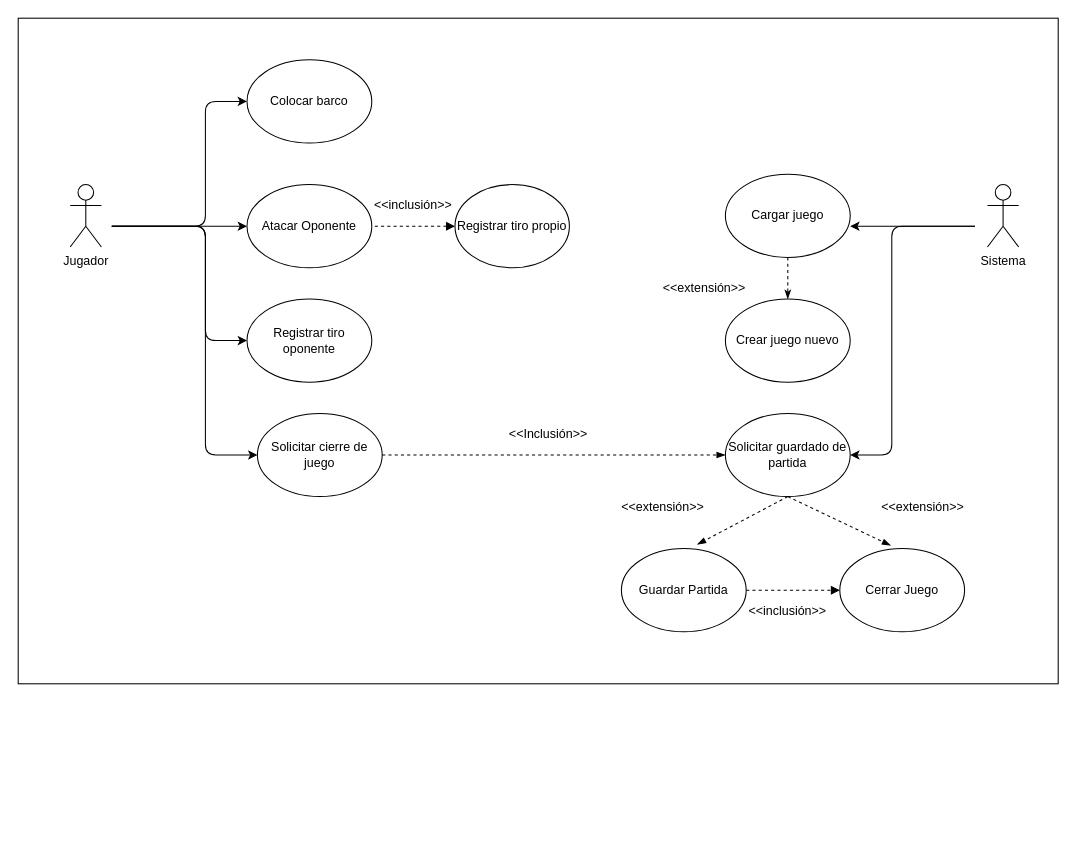
sjcr23/Proyecto2-POO-2020-ii keeps this draw.io diagram as ApartadoUML/Recursos/Casos de Uso/CasosDeUso.drawio. Above is the earlier version. Source tidied: cells renumbered, new cells numbered last; positions are measured from the earlier drawing's top-left corner, leaving out a move shared by most shapes. Both pictures are drawn from the tidied source at 104%, with x=0, y=0 at pixel (18, 18).
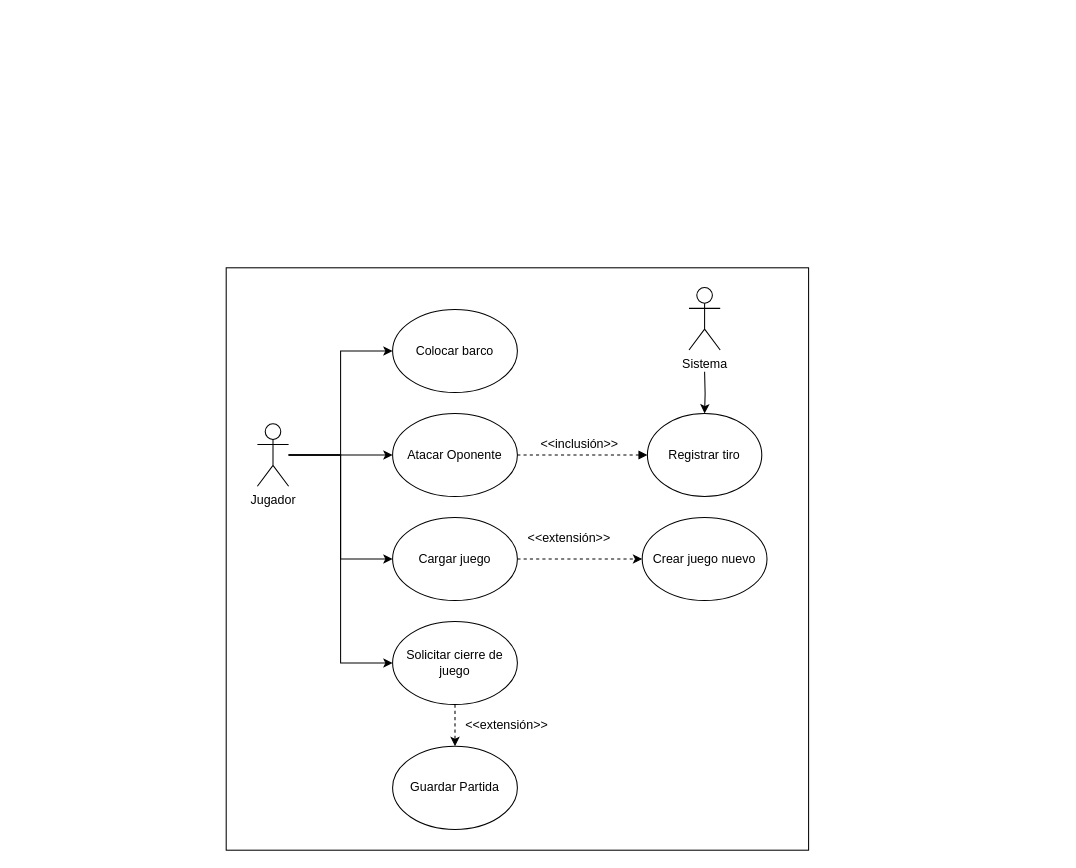
After the change.

What changed in the source:
```diff
@@
+    <mxCell id="33" style="edgeStyle=orthogonalEdgeStyle;rounded=0;jettySize=auto;html=1;entryX=0;entryY=0.5;entryDx=0;entryDy=0;" parent="1" edge="1" source="2" target="3">
+      <mxGeometry relative="1" as="geometry" />
+    </mxCell>
+    <mxCell id="34" style="edgeStyle=orthogonalEdgeStyle;rounded=0;jettySize=auto;html=1;entryX=0;entryY=0.5;entryDx=0;entryDy=0;" parent="1" edge="1" source="2" target="12">
+      <mxGeometry relative="1" as="geometry" />
+    </mxCell>
+    <mxCell id="35" style="edgeStyle=orthogonalEdgeStyle;rounded=0;jettySize=auto;html=1;entryX=0;entryY=0.5;entryDx=0;entryDy=0;" parent="1" edge="1" source="2" target="4">
+      <mxGeometry relative="1" as="geometry" />
+    </mxCell>
+    <mxCell id="36" style="edgeStyle=orthogonalEdgeStyle;rounded=0;jettySize=auto;html=1;entryX=0;entryY=0.5;entryDx=0;entryDy=0;" parent="1" edge="1" source="2" target="19">
+      <mxGeometry relative="1" as="geometry" />
+    </mxCell>
     <mxCell id="2" value="Jugador" style="shape=umlActor;verticalLabelPosition=bottom;verticalAlign=top;html=1;outlineConnect=0;" parent="1" vertex="1">
-      <mxGeometry x="50" y="160" width="30" height="60" as="geometry" />
+      <mxGeometry x="230" y="390" width="30" height="60" as="geometry" />
     </mxCell>
     <mxCell id="3" value="Colocar barco" style="ellipse;whiteSpace=wrap;html=1;" parent="1" vertex="1">
-      <mxGeometry x="220" y="40" width="120" height="80" as="geometry" />
+      <mxGeometry x="360" y="280" width="120" height="80" as="geometry" />
     </mxCell>
     <mxCell id="4" value="Atacar Oponente" style="ellipse;whiteSpace=wrap;html=1;" parent="1" vertex="1">
-      <mxGeometry x="220" y="160" width="120" height="80" as="geometry" />
+      <mxGeometry x="360" y="380" width="120" height="80" as="geometry" />
     </mxCell>
-    <mxCell id="5" value="Registrar tiro oponente" style="ellipse;whiteSpace=wrap;html=1;" parent="1" vertex="1">
-      <mxGeometry x="220" y="270" width="120" height="80" as="geometry" />
-    </mxCell>
-    <mxCell id="6" style="endArrow=classic;html=1;entryX=0;entryY=0.5;entryDx=0;entryDy=0;" parent="1" edge="1" target="4">
-      <mxGeometry relative="1" as="geometry">
-        <mxPoint x="90" y="200" as="sourcePoint" />
-      </mxGeometry>
-    </mxCell>
-    <mxCell id="7" style="endArrow=classic;html=1;entryX=0;entryY=0.5;entryDx=0;entryDy=0;" parent="1" edge="1" target="3">
-      <mxGeometry relative="1" as="geometry">
-        <mxPoint x="90" y="200" as="sourcePoint" />
-        <Array as="points">
-          <mxPoint x="180" y="200" />
-          <mxPoint x="180" y="80" />
-        </Array>
-      </mxGeometry>
-    </mxCell>
-    <mxCell id="8" style="endArrow=none;dashed=1;html=1;startArrow=block;startFill=1;entryX=1;entryY=0.5;entryDx=0;entryDy=0;" parent="1" edge="1" target="4">
-      <mxGeometry relative="1" as="geometry">
-        <mxPoint x="420" y="200" as="sourcePoint" />
-      </mxGeometry>
+    <mxCell id="8" style="endArrow=none;dashed=1;html=1;startArrow=block;startFill=1;entryX=1;entryY=0.5;entryDx=0;entryDy=0;exitX=0;exitY=0.5;exitDx=0;exitDy=0;" parent="1" edge="1" source="10" target="4">
+      <mxGeometry relative="1" as="geometry" />
     </mxCell>
     <mxCell id="9" value="&amp;lt;&amp;lt;inclusión&amp;gt;&amp;gt;" style="text;html=1;strokeColor=none;fillColor=none;align=center;verticalAlign=middle;whiteSpace=wrap;rounded=0;" parent="1" vertex="1">
-      <mxGeometry x="340" y="170" width="80" height="20" as="geometry" />
+      <mxGeometry x="500" y="400" width="80" height="20" as="geometry" />
     </mxCell>
-    <mxCell id="10" value="Registrar tiro propio" style="ellipse;whiteSpace=wrap;html=1;" parent="1" vertex="1">
-      <mxGeometry x="420" y="160" width="110" height="80" as="geometry" />
+    <mxCell id="10" value="Registrar tiro" style="ellipse;whiteSpace=wrap;html=1;" parent="1" vertex="1">
+      <mxGeometry x="605" y="380" width="110" height="80" as="geometry" />
     </mxCell>
+    <mxCell id="37" style="edgeStyle=orthogonalEdgeStyle;rounded=0;jettySize=auto;html=1;" parent="1" edge="1" target="10">
+      <mxGeometry relative="1" as="geometry">
+        <mxPoint x="660" y="340" as="sourcePoint" />
+      </mxGeometry>
+    </mxCell>
     <mxCell id="11" value="Sistema" style="shape=umlActor;verticalLabelPosition=bottom;verticalAlign=top;html=1;" parent="1" vertex="1">
-      <mxGeometry x="932" y="160" width="30" height="60" as="geometry" />
+      <mxGeometry x="645" y="259" width="30" height="60" as="geometry" />
     </mxCell>
+    <mxCell id="16" style="edgeStyle=orthogonalEdgeStyle;rounded=0;jettySize=auto;html=1;dashed=1;" parent="1" edge="1" source="12" target="15">
+      <mxGeometry relative="1" as="geometry" />
+    </mxCell>
     <mxCell id="12" value="Cargar juego" style="ellipse;whiteSpace=wrap;html=1;" parent="1" vertex="1">
-      <mxGeometry x="680" y="150" width="120" height="80" as="geometry" />
+      <mxGeometry x="360" y="480" width="120" height="80" as="geometry" />
     </mxCell>
-    <mxCell id="13" style="endArrow=classic;html=1;" parent="1" edge="1">
-      <mxGeometry relative="1" as="geometry">
-        <mxPoint x="90" y="200" as="sourcePoint" />
-        <mxPoint x="220" y="310" as="targetPoint" />
-        <Array as="points">
-          <mxPoint x="180" y="200" />
-          <mxPoint x="180" y="310" />
-        </Array>
-      </mxGeometry>
-    </mxCell>
-    <mxCell id="14" style="endArrow=classic;html=1;" parent="1" edge="1">
-      <mxGeometry relative="1" as="geometry">
-        <mxPoint x="920" y="200" as="sourcePoint" />
-        <mxPoint x="800" y="200" as="targetPoint" />
-      </mxGeometry>
-    </mxCell>
     <mxCell id="15" value="Crear juego nuevo" style="ellipse;whiteSpace=wrap;html=1;" parent="1" vertex="1">
-      <mxGeometry x="680" y="270" width="120" height="80" as="geometry" />
+      <mxGeometry x="600" y="480" width="120" height="80" as="geometry" />
     </mxCell>
-    <mxCell id="16" style="endArrow=classicThin;dashed=1;html=1;exitX=0.5;exitY=1;exitDx=0;exitDy=0;endFill=1;entryX=0.5;entryY=0;entryDx=0;entryDy=0;" parent="1" edge="1" source="12" target="15">
-      <mxGeometry relative="1" as="geometry" />
-    </mxCell>
-    <mxCell id="17" value="&amp;lt;&amp;lt;extensión&amp;gt;&amp;gt;" style="text;html=1;strokeColor=none;fillColor=none;align=center;verticalAlign=middle;whiteSpace=wrap;rounded=0;" parent="1" vertex="1">
-      <mxGeometry x="580" y="460" width="80" height="20" as="geometry" />
-    </mxCell>
-    <mxCell id="18" value="Solicitar guardado de partida" style="ellipse;whiteSpace=wrap;html=1;" parent="1" vertex="1">
-      <mxGeometry x="680" y="380" width="120" height="80" as="geometry" />
-    </mxCell>
+    <mxCell id="38" style="edgeStyle=orthogonalEdgeStyle;rounded=0;jettySize=auto;html=1;entryX=0.5;entryY=0;entryDx=0;entryDy=0;dashed=1;" parent="1" edge="1" source="19" target="24">
+      <mxGeometry relative="1" as="geometry" />
+    </mxCell>
     <mxCell id="19" value="Solicitar cierre de juego" style="ellipse;whiteSpace=wrap;html=1;" parent="1" vertex="1">
-      <mxGeometry x="230" y="380" width="120" height="80" as="geometry" />
+      <mxGeometry x="360" y="580" width="120" height="80" as="geometry" />
     </mxCell>
-    <mxCell id="20" style="endArrow=classic;html=1;entryX=0;entryY=0.5;entryDx=0;entryDy=0;" parent="1" edge="1" target="19">
-      <mxGeometry relative="1" as="geometry">
-        <mxPoint x="90" y="200" as="sourcePoint" />
-        <Array as="points">
-          <mxPoint x="180" y="200" />
-          <mxPoint x="180" y="420" />
-        </Array>
-      </mxGeometry>
-    </mxCell>
-    <mxCell id="21" style="endArrow=classic;html=1;entryX=1;entryY=0.5;entryDx=0;entryDy=0;" parent="1" edge="1" target="18">
-      <mxGeometry relative="1" as="geometry">
-        <mxPoint x="920" y="200" as="sourcePoint" />
-        <Array as="points">
-          <mxPoint x="840" y="200" />
-          <mxPoint x="840" y="420" />
-        </Array>
-      </mxGeometry>
-    </mxCell>
-    <mxCell id="22" value="&amp;lt;&amp;lt;Inclusión&amp;gt;&amp;gt;" style="text;html=1;strokeColor=none;fillColor=none;align=center;verticalAlign=middle;whiteSpace=wrap;rounded=0;" parent="1" vertex="1">
-      <mxGeometry x="490" y="390" width="40" height="20" as="geometry" />
-    </mxCell>
-    <mxCell id="23" style="endArrow=blockThin;dashed=1;html=1;exitX=1;exitY=0.5;exitDx=0;exitDy=0;entryX=0;entryY=0.5;entryDx=0;entryDy=0;endFill=1;" parent="1" edge="1" source="19" target="18">
-      <mxGeometry relative="1" as="geometry" />
-    </mxCell>
     <mxCell id="24" value="Guardar Partida" style="ellipse;whiteSpace=wrap;html=1;" parent="1" vertex="1">
-      <mxGeometry x="580" y="510" width="120" height="80" as="geometry" />
+      <mxGeometry x="360" y="700" width="120" height="80" as="geometry" />
     </mxCell>
-    <mxCell id="25" value="Cerrar Juego" style="ellipse;whiteSpace=wrap;html=1;" parent="1" vertex="1">
-      <mxGeometry x="790" y="510" width="120" height="80" as="geometry" />
-    </mxCell>
-    <mxCell id="26" style="endArrow=blockThin;dashed=1;html=1;exitX=0.5;exitY=1;exitDx=0;exitDy=0;endFill=1;entryX=0.608;entryY=-0.05;entryDx=0;entryDy=0;entryPerimeter=0;" parent="1" edge="1" source="18" target="24">
-      <mxGeometry relative="1" as="geometry" />
-    </mxCell>
-    <mxCell id="27" style="endArrow=blockThin;dashed=1;html=1;exitX=0.5;exitY=1;exitDx=0;exitDy=0;endFill=1;entryX=0.408;entryY=-0.037;entryDx=0;entryDy=0;entryPerimeter=0;" parent="1" edge="1" source="18" target="25">
-      <mxGeometry relative="1" as="geometry" />
-    </mxCell>
-    <mxCell id="28" style="endArrow=block;dashed=1;html=1;exitX=1;exitY=0.5;exitDx=0;exitDy=0;entryX=0;entryY=0.5;entryDx=0;entryDy=0;endFill=1;" parent="1" edge="1" source="24" target="25">
-      <mxGeometry relative="1" as="geometry" />
-    </mxCell>
     <mxCell id="29" value="&amp;lt;&amp;lt;extensión&amp;gt;&amp;gt;" style="text;html=1;strokeColor=none;fillColor=none;align=center;verticalAlign=middle;whiteSpace=wrap;rounded=0;" parent="1" vertex="1">
-      <mxGeometry x="620" y="250" width="80" height="20" as="geometry" />
+      <mxGeometry x="490" y="490" width="80" height="20" as="geometry" />
     </mxCell>
-    <mxCell id="30" value="&amp;lt;&amp;lt;extensión&amp;gt;&amp;gt;" style="text;html=1;strokeColor=none;fillColor=none;align=center;verticalAlign=middle;whiteSpace=wrap;rounded=0;" parent="1" vertex="1">
-      <mxGeometry x="830" y="460" width="80" height="20" as="geometry" />
-    </mxCell>
-    <mxCell id="31" value="&amp;lt;&amp;lt;inclusión&amp;gt;&amp;gt;" style="text;html=1;strokeColor=none;fillColor=none;align=center;verticalAlign=middle;whiteSpace=wrap;rounded=0;" parent="1" vertex="1">
-      <mxGeometry x="700" y="560" width="80" height="20" as="geometry" />
-    </mxCell>
-    <mxCell id="32" style="rounded=0;whiteSpace=wrap;html=1;fillColor=none;" parent="1" vertex="1">
-      <mxGeometry width="1000" height="640" as="geometry" />
-    </mxCell>
+    <mxCell id="39" value="&amp;lt;&amp;lt;extensión&amp;gt;&amp;gt;" style="text;html=1;strokeColor=none;fillColor=none;align=center;verticalAlign=middle;whiteSpace=wrap;rounded=0;" parent="1" vertex="1">
+      <mxGeometry x="430" y="670" width="80" height="20" as="geometry" />
+    </mxCell>
+    <mxCell id="40" style="rounded=0;whiteSpace=wrap;html=1;fillColor=none;" parent="1" vertex="1">
+      <mxGeometry x="200" y="240" width="560" height="560" as="geometry" />
+    </mxCell>
```
